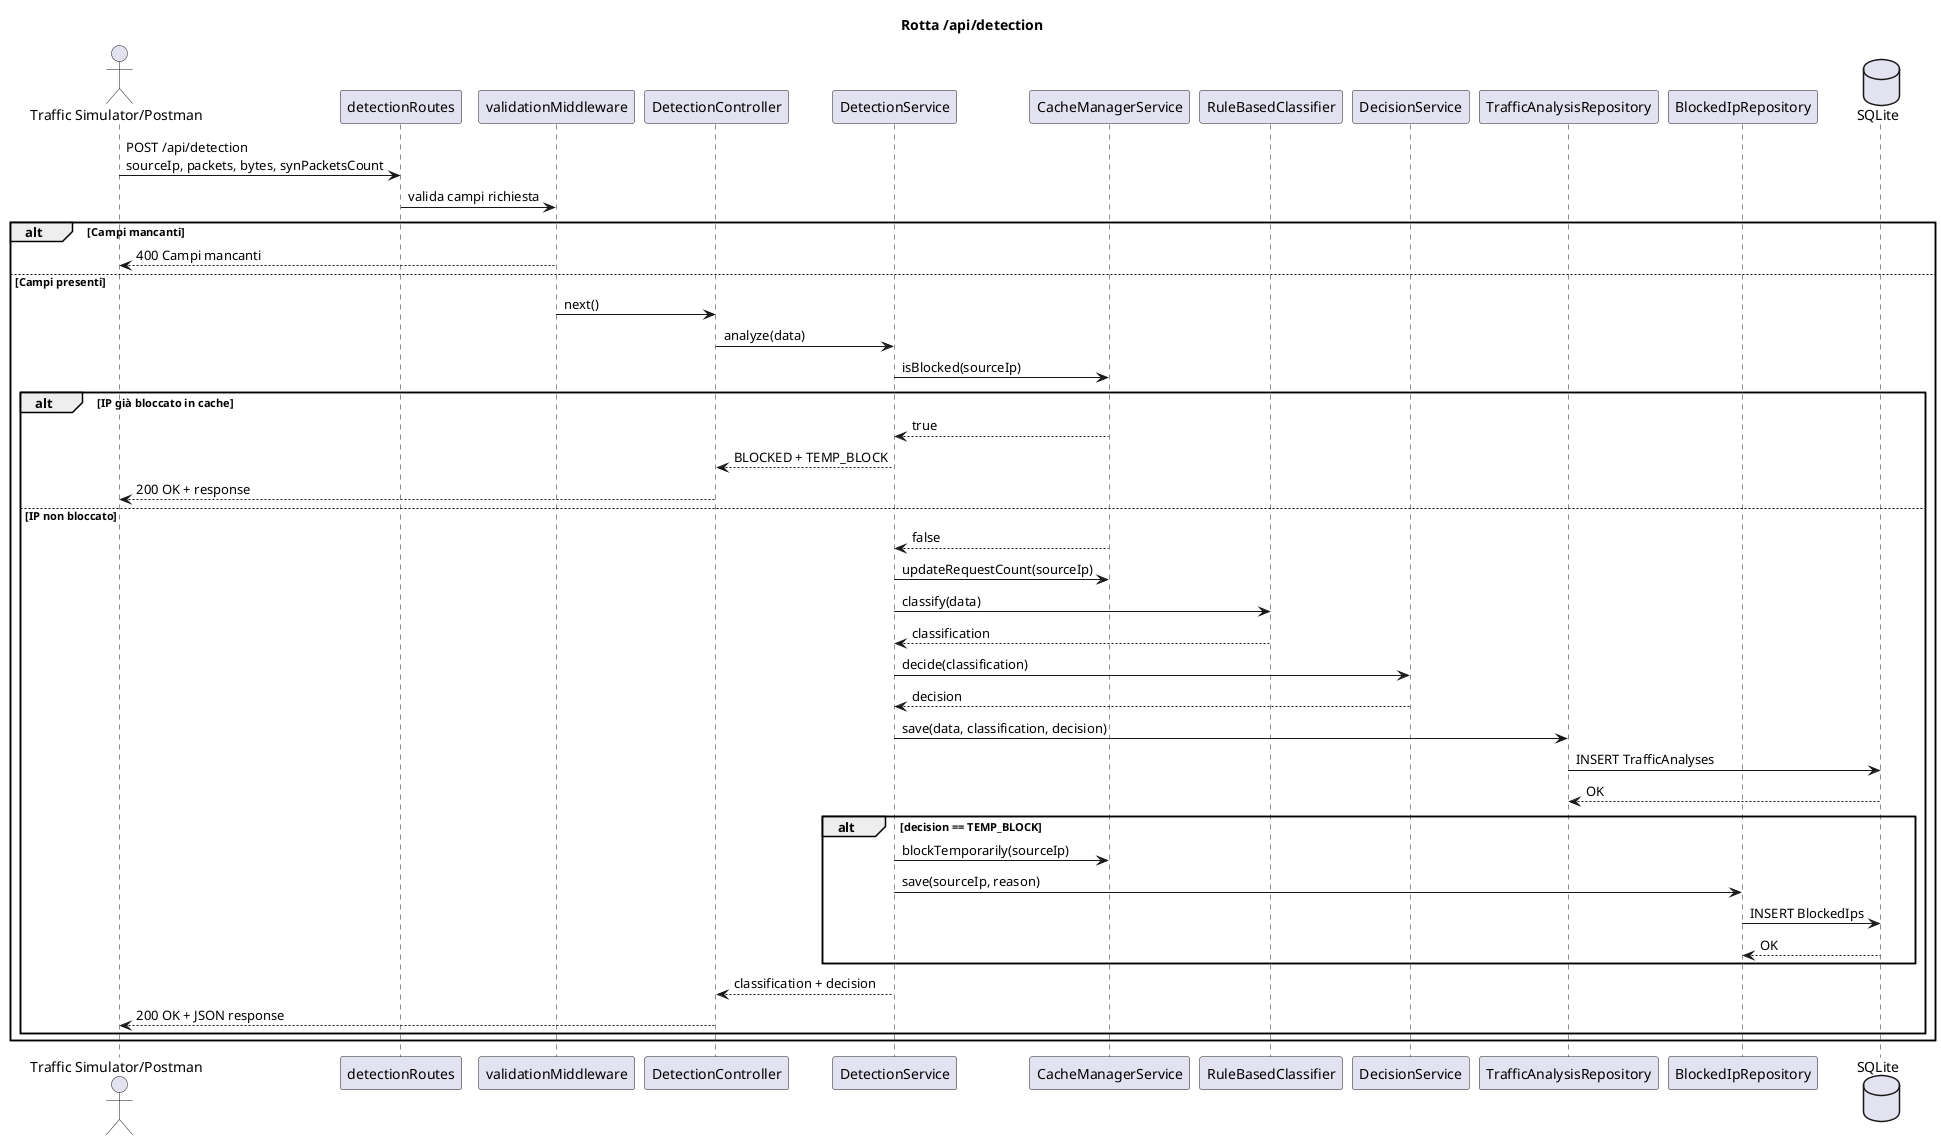
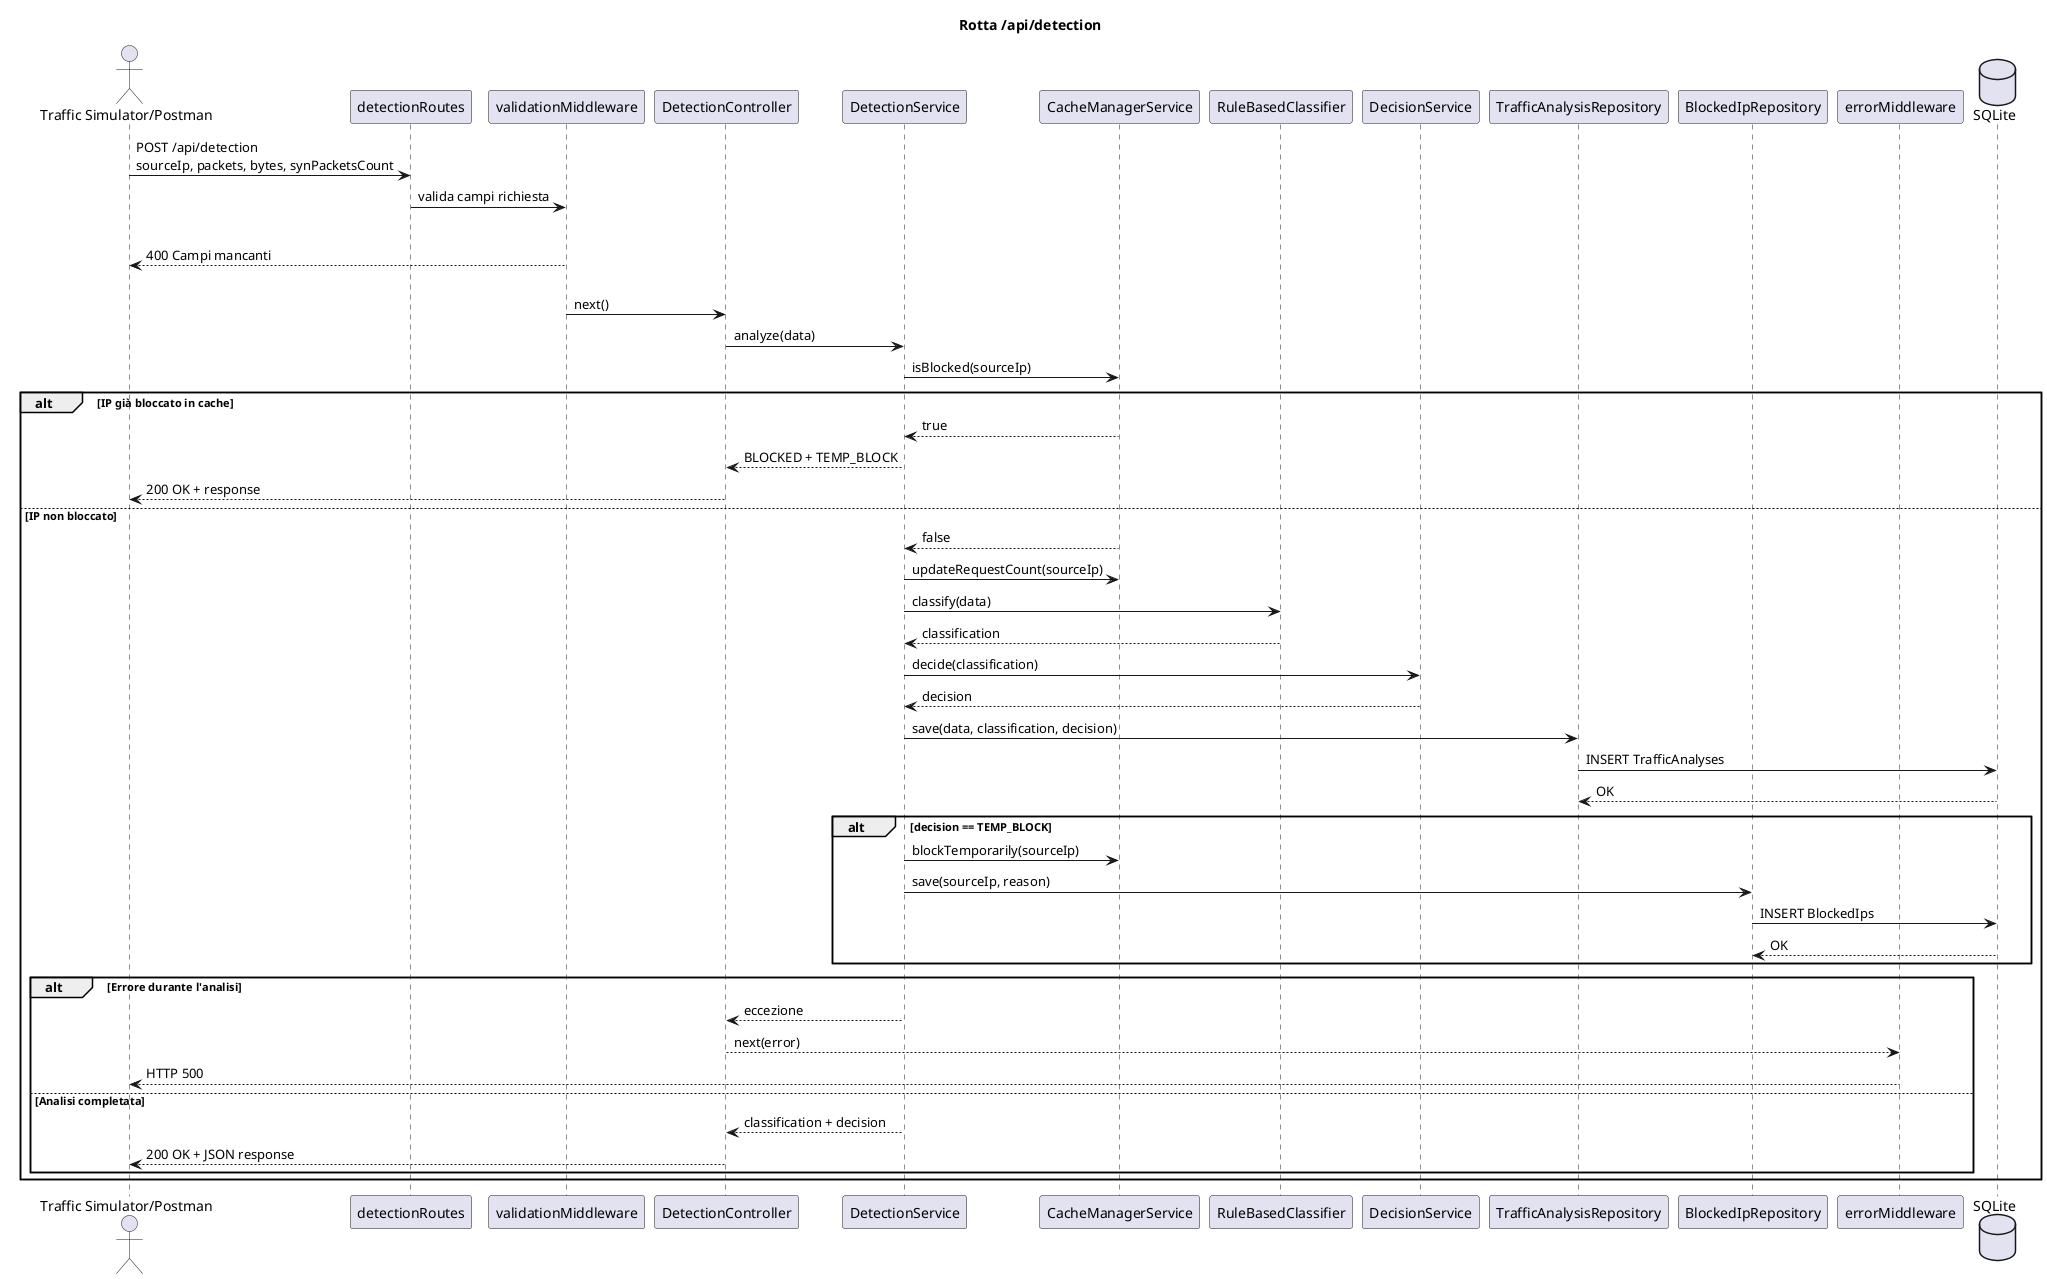
@startuml sequenzaDetection
title Rotta /api/detection

actor "Traffic Simulator/Postman" as Client
participant "detectionRoutes" as Route
participant "validationMiddleware" as Validation
participant "DetectionController" as Controller
participant "DetectionService" as Service
participant "CacheManagerService" as Cache
participant "RuleBasedClassifier" as Classifier
participant "DecisionService" as Decision
participant "TrafficAnalysisRepository" as AnalysisRepo
participant "BlockedIpRepository" as BlockedRepo
+ participant "errorMiddleware" as errorMiddleware
database "SQLite" as DB
+ 

Client -> Route : POST /api/detection\nsourceIp, packets, bytes, synPacketsCount
Route -> Validation : valida campi richiesta

alt Campi mancanti
    Validation --> Client : 400 Campi mancanti
else Campi presenti
    Validation -> Controller : next()
    Controller -> Service : analyze(data)

    Service -> Cache : isBlocked(sourceIp)

    alt IP già bloccato in cache
        Cache --> Service : true
        Service --> Controller : BLOCKED + TEMP_BLOCK
        Controller --> Client : 200 OK + response
    else IP non bloccato
        Cache --> Service : false
        Service -> Cache : updateRequestCount(sourceIp)

        Service -> Classifier : classify(data)
        Classifier --> Service : classification

        Service -> Decision : decide(classification)
        Decision --> Service : decision

        Service -> AnalysisRepo : save(data, classification, decision)
        AnalysisRepo -> DB : INSERT TrafficAnalyses
        DB --> AnalysisRepo : OK

        alt decision == TEMP_BLOCK
            Service -> Cache : blockTemporarily(sourceIp)
            Service -> BlockedRepo : save(sourceIp, reason)
            BlockedRepo -> DB : INSERT BlockedIps
            DB --> BlockedRepo : OK
        end

+         alt Errore durante l'analisi
+         Service --> Controller : eccezione
+         Controller --> errorMiddleware : next(error)
+         errorMiddleware --> Client : HTTP 500
+         else Analisi completata
        Service --> Controller : classification + decision
        Controller --> Client : 200 OK + JSON response
    end
end

@enduml